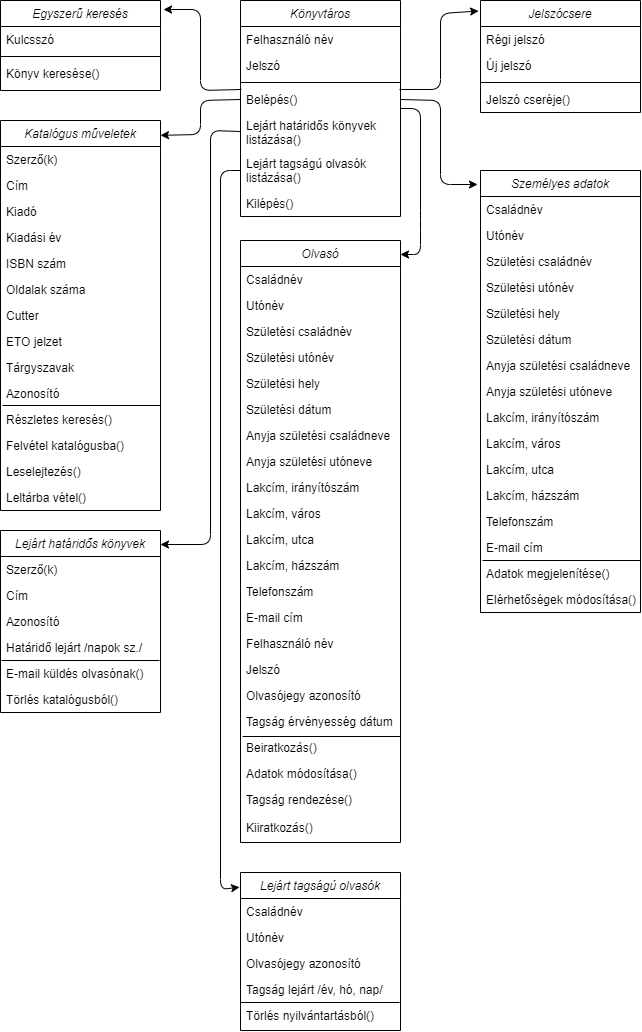
Above: Doc/image/konyvtaros_hatarosztalyai.png in BoCiMaja/AFP2020_1_Lev_Csop2 (draw.io), before the change. Source tidied: cells renumbered, new cells last; positions are measured from the earlier drawing's top-left corner, leaving out a move shared by most shapes.
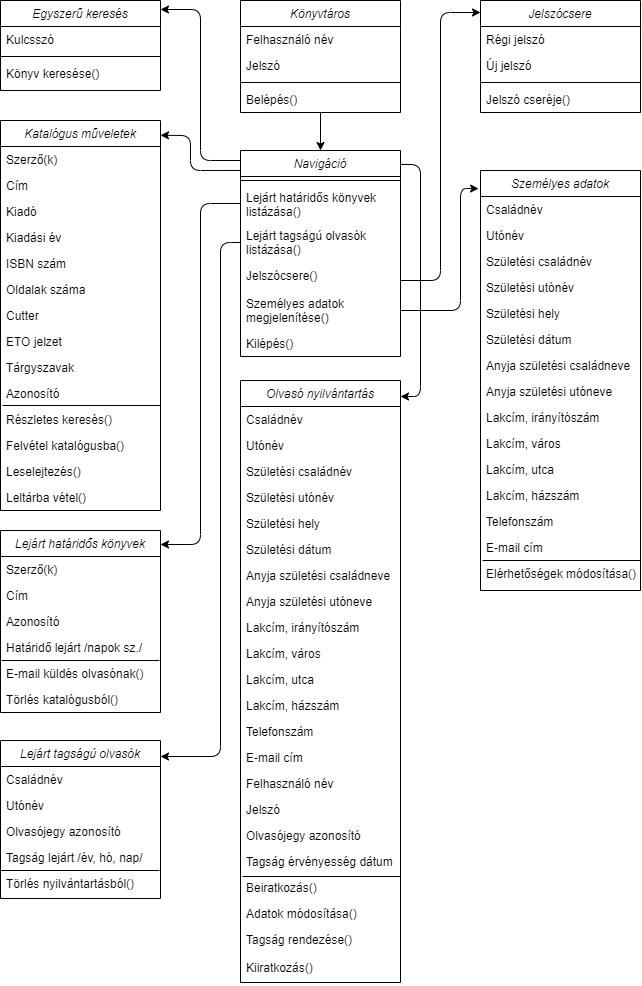
After the commit.

Commit message:
Határosztályok módosítása

The edit, as a diff of the source:
```diff
@@ -3,7 +3,7 @@
     <mxCell id="0" />
     <mxCell id="1" parent="0" />
     <mxCell id="2" value="Könyvtáros" style="swimlane;fontStyle=2;align=center;verticalAlign=top;horizontal=1;startSize=26;rounded=0;shadow=0;strokeWidth=1;" parent="1" vertex="1">
-      <mxGeometry x="240" width="160" height="216" as="geometry" />
+      <mxGeometry x="240" width="160" height="112" as="geometry" />
     </mxCell>
     <mxCell id="3" value="Felhasználó név" style="text;align=left;verticalAlign=top;spacingLeft=4;spacingRight=4;overflow=hidden;" parent="2" vertex="1">
       <mxGeometry y="26" width="160" height="26" as="geometry" />
@@ -17,17 +17,8 @@
     <mxCell id="6" value="Belépés()" style="text;align=left;verticalAlign=top;spacingLeft=4;spacingRight=4;overflow=hidden;points=[[0,0.5],[1,0.5]];portConstraint=eastwest;" parent="2" vertex="1">
       <mxGeometry y="86" width="160" height="26" as="geometry" />
     </mxCell>
-    <mxCell id="7" value="Lejárt határidős könyvek&#10;listázása()" style="text;align=left;verticalAlign=top;spacingLeft=4;spacingRight=4;overflow=hidden;points=[[0,0.5],[1,0.5]];portConstraint=eastwest;" parent="2" vertex="1">
-      <mxGeometry y="112" width="160" height="38" as="geometry" />
-    </mxCell>
-    <mxCell id="8" value="Lejárt tagságú olvasók&#10;listázása()" style="text;align=left;verticalAlign=top;spacingLeft=4;spacingRight=4;overflow=hidden;points=[[0,0.5],[1,0.5]];portConstraint=eastwest;" parent="2" vertex="1">
-      <mxGeometry y="150" width="160" height="40" as="geometry" />
-    </mxCell>
-    <mxCell id="9" value="Kilépés()" style="text;align=left;verticalAlign=top;spacingLeft=4;spacingRight=4;overflow=hidden;" parent="2" vertex="1">
-      <mxGeometry y="190" width="160" height="26" as="geometry" />
-    </mxCell>
     <mxCell id="10" value="Személyes adatok" style="swimlane;fontStyle=2;align=center;verticalAlign=top;horizontal=1;startSize=26;rounded=0;shadow=0;strokeWidth=1;" parent="1" vertex="1">
-      <mxGeometry x="480" y="170" width="160" height="442" as="geometry" />
+      <mxGeometry x="480" y="170" width="160" height="420" as="geometry" />
     </mxCell>
     <mxCell id="11" value="Családnév" style="text;align=left;verticalAlign=top;spacingLeft=4;spacingRight=4;overflow=hidden;" parent="10" vertex="1">
       <mxGeometry y="26" width="160" height="26" as="geometry" />
@@ -77,11 +68,8 @@
         <mxPoint x="160" y="390" as="targetPoint" />
       </mxGeometry>
     </mxCell>
-    <mxCell id="26" value="Adatok megjelenítése()" style="text;align=left;verticalAlign=top;spacingLeft=4;spacingRight=4;overflow=hidden;rounded=0;shadow=0;html=0;" parent="10" vertex="1">
-      <mxGeometry y="390" width="160" height="26" as="geometry" />
-    </mxCell>
     <mxCell id="27" value="Elérhetőségek módosítása()" style="text;align=left;verticalAlign=top;spacingLeft=4;spacingRight=4;overflow=hidden;rounded=0;shadow=0;html=0;" parent="10" vertex="1">
-      <mxGeometry y="416" width="160" height="26" as="geometry" />
+      <mxGeometry y="390" width="160" height="26" as="geometry" />
     </mxCell>
     <mxCell id="28" value="Jelszócsere" style="swimlane;fontStyle=2;align=center;verticalAlign=top;horizontal=1;startSize=26;rounded=0;shadow=0;strokeWidth=1;" parent="1" vertex="1">
       <mxGeometry x="480" width="160" height="112" as="geometry" />
@@ -188,37 +176,21 @@
     <mxCell id="60" value="Törlés katalógusból()" style="text;align=left;verticalAlign=top;spacingLeft=4;spacingRight=4;overflow=hidden;rounded=0;shadow=0;html=0;" parent="53" vertex="1">
       <mxGeometry y="156" width="160" height="26" as="geometry" />
     </mxCell>
-    <mxCell id="61" style="endArrow=classic;html=1;entryX=-0.012;entryY=0.094;entryDx=0;entryDy=0;entryPerimeter=0;" parent="1" edge="1" target="28">
-      <mxGeometry relative="1" as="geometry">
-        <mxPoint x="399" y="89" as="sourcePoint" />
-        <Array as="points">
-          <mxPoint x="440" y="89" />
-          <mxPoint x="440" y="13" />
-        </Array>
-      </mxGeometry>
-    </mxCell>
-    <mxCell id="62" style="endArrow=classic;html=1;exitX=1;exitY=0.5;exitDx=0;exitDy=0;" parent="1" edge="1" source="6">
-      <mxGeometry relative="1" as="geometry">
-        <mxPoint x="477" y="184" as="targetPoint" />
-        <Array as="points">
-          <mxPoint x="440" y="100" />
-          <mxPoint x="440" y="184" />
-        </Array>
-      </mxGeometry>
-    </mxCell>
-    <mxCell id="63" style="endArrow=classic;html=1;entryX=1.019;entryY=0.1;entryDx=0;entryDy=0;entryPerimeter=0;exitX=0.006;exitY=0.115;exitDx=0;exitDy=0;exitPerimeter=0;" parent="1" edge="1" source="6" target="33">
+    <mxCell id="63" style="endArrow=classic;html=1;" parent="1" edge="1">
       <mxGeometry relative="1" as="geometry">
+        <mxPoint x="240" y="160" as="sourcePoint" />
+        <mxPoint x="160" y="9" as="targetPoint" />
         <Array as="points">
-          <mxPoint x="200" y="90" />
+          <mxPoint x="200" y="160" />
           <mxPoint x="200" y="9" />
         </Array>
       </mxGeometry>
     </mxCell>
-    <mxCell id="64" style="endArrow=classic;html=1;exitX=0;exitY=0.5;exitDx=0;exitDy=0;entryX=1;entryY=0.038;entryDx=0;entryDy=0;entryPerimeter=0;" parent="1" edge="1" source="6" target="37">
+    <mxCell id="64" style="endArrow=classic;html=1;entryX=1;entryY=0.038;entryDx=0;entryDy=0;entryPerimeter=0;exitX=0.006;exitY=0.097;exitDx=0;exitDy=0;exitPerimeter=0;" parent="1" edge="1" source="99" target="37">
       <mxGeometry relative="1" as="geometry">
         <Array as="points">
-          <mxPoint x="200" y="100" />
-          <mxPoint x="200" y="134" />
+          <mxPoint x="190" y="170" />
+          <mxPoint x="190" y="135" />
         </Array>
       </mxGeometry>
     </mxCell>
@@ -226,13 +198,13 @@
       <mxGeometry relative="1" as="geometry">
         <mxPoint x="160" y="544" as="targetPoint" />
         <Array as="points">
-          <mxPoint x="210" y="130" />
-          <mxPoint x="210" y="544" />
+          <mxPoint x="200" y="203" />
+          <mxPoint x="200" y="544" />
         </Array>
       </mxGeometry>
     </mxCell>
-    <mxCell id="66" value="Olvasó" style="swimlane;fontStyle=2;align=center;verticalAlign=top;horizontal=1;startSize=26;rounded=0;shadow=0;strokeWidth=1;" parent="1" vertex="1">
-      <mxGeometry x="240" y="240" width="160" height="602" as="geometry" />
+    <mxCell id="66" value="Olvasó nyilvántartás" style="swimlane;fontStyle=2;align=center;verticalAlign=top;horizontal=1;startSize=26;rounded=0;shadow=0;strokeWidth=1;" parent="1" vertex="1">
+      <mxGeometry x="240" y="380" width="160" height="602" as="geometry" />
     </mxCell>
     <mxCell id="67" value="Családnév" style="text;align=left;verticalAlign=top;spacingLeft=4;spacingRight=4;overflow=hidden;" parent="66" vertex="1">
       <mxGeometry y="26" width="160" height="26" as="geometry" />
@@ -304,7 +276,7 @@
       <mxGeometry y="574" width="160" height="28" as="geometry" />
     </mxCell>
     <mxCell id="90" value="Lejárt tagságú olvasók" style="swimlane;fontStyle=2;align=center;verticalAlign=top;horizontal=1;startSize=26;rounded=0;shadow=0;strokeWidth=1;" parent="1" vertex="1">
-      <mxGeometry x="240" y="872" width="160" height="158" as="geometry" />
+      <mxGeometry y="740" width="160" height="158" as="geometry" />
     </mxCell>
     <mxCell id="91" value="Családnév" style="text;align=left;verticalAlign=top;spacingLeft=4;spacingRight=4;overflow=hidden;" parent="90" vertex="1">
       <mxGeometry y="26" width="160" height="26" as="geometry" />
@@ -327,24 +299,66 @@
     <mxCell id="96" value="Törlés nyilvántartásból()" style="text;align=left;verticalAlign=top;spacingLeft=4;spacingRight=4;overflow=hidden;rounded=0;shadow=0;html=0;" parent="90" vertex="1">
       <mxGeometry y="130" width="160" height="26" as="geometry" />
     </mxCell>
-    <mxCell id="97" style="endArrow=classic;html=1;" parent="1" edge="1">
-      <mxGeometry relative="1" as="geometry">
-        <mxPoint x="400" y="108" as="sourcePoint" />
-        <mxPoint x="400" y="254" as="targetPoint" />
-        <Array as="points">
-          <mxPoint x="420" y="108" />
-          <mxPoint x="420" y="220" />
-          <mxPoint x="420" y="254" />
-        </Array>
-      </mxGeometry>
-    </mxCell>
-    <mxCell id="98" style="endArrow=classic;html=1;exitX=0;exitY=0.5;exitDx=0;exitDy=0;entryX=-0.006;entryY=0.093;entryDx=0;entryDy=0;entryPerimeter=0;" parent="1" edge="1" source="8" target="90">
-      <mxGeometry relative="1" as="geometry">
-        <Array as="points">
-          <mxPoint x="220" y="170" />
-          <mxPoint x="220" y="889" />
-        </Array>
-      </mxGeometry>
-    </mxCell>
+    <mxCell id="99" value="Navigáció" style="swimlane;fontStyle=2;align=center;verticalAlign=top;horizontal=1;startSize=26;rounded=0;shadow=0;strokeWidth=1;" parent="1" vertex="1">
+      <mxGeometry x="240" y="150" width="160" height="206" as="geometry" />
+    </mxCell>
+    <mxCell id="100" style="line;html=1;strokeWidth=1;align=left;verticalAlign=middle;spacingTop=-1;spacingLeft=3;spacingRight=3;labelPosition=right;" parent="99" vertex="1">
+      <mxGeometry y="26" width="160" height="8" as="geometry" />
+    </mxCell>
+    <mxCell id="7" value="Lejárt határidős könyvek&#10;listázása()" style="text;align=left;verticalAlign=top;spacingLeft=4;spacingRight=4;overflow=hidden;points=[[0,0.5],[1,0.5]];portConstraint=eastwest;" parent="99" vertex="1">
+      <mxGeometry y="34" width="160" height="38" as="geometry" />
+    </mxCell>
+    <mxCell id="8" value="Lejárt tagságú olvasók&#10;listázása()" style="text;align=left;verticalAlign=top;spacingLeft=4;spacingRight=4;overflow=hidden;points=[[0,0.5],[1,0.5]];portConstraint=eastwest;" parent="99" vertex="1">
+      <mxGeometry y="72" width="160" height="40" as="geometry" />
+    </mxCell>
+    <mxCell id="101" value="Jelszócsere()" style="text;align=left;verticalAlign=top;spacingLeft=4;spacingRight=4;overflow=hidden;" parent="99" vertex="1">
+      <mxGeometry y="112" width="160" height="28" as="geometry" />
+    </mxCell>
+    <mxCell id="102" value="Személyes adatok&#10;megjelenítése()" style="text;align=left;verticalAlign=top;spacingLeft=4;spacingRight=4;overflow=hidden;points=[[0,0.5],[1,0.5]];portConstraint=eastwest;" parent="99" vertex="1">
+      <mxGeometry y="140" width="160" height="40" as="geometry" />
+    </mxCell>
+    <mxCell id="9" value="Kilépés()" style="text;align=left;verticalAlign=top;spacingLeft=4;spacingRight=4;overflow=hidden;" parent="99" vertex="1">
+      <mxGeometry y="180" width="160" height="26" as="geometry" />
+    </mxCell>
+    <mxCell id="103" style="endArrow=classic;html=1;entryX=0.5;entryY=0;entryDx=0;entryDy=0;" parent="1" edge="1" source="6" target="99">
+      <mxGeometry relative="1" as="geometry" />
+    </mxCell>
+    <mxCell id="104" style="endArrow=classic;html=1;exitX=0;exitY=0.5;exitDx=0;exitDy=0;" parent="1" edge="1" source="8">
+      <mxGeometry relative="1" as="geometry">
+        <mxPoint x="160" y="756" as="targetPoint" />
+        <Array as="points">
+          <mxPoint x="220" y="242" />
+          <mxPoint x="220" y="756" />
+        </Array>
+      </mxGeometry>
+    </mxCell>
+    <mxCell id="105" style="endArrow=classic;html=1;" parent="1" edge="1">
+      <mxGeometry relative="1" as="geometry">
+        <mxPoint x="400" y="280" as="sourcePoint" />
+        <mxPoint x="480" y="12" as="targetPoint" />
+        <Array as="points">
+          <mxPoint x="440" y="280" />
+          <mxPoint x="440" y="12" />
+        </Array>
+      </mxGeometry>
+    </mxCell>
+    <mxCell id="106" style="endArrow=classic;html=1;entryX=-0.012;entryY=0.043;entryDx=0;entryDy=0;entryPerimeter=0;exitX=1;exitY=0.5;exitDx=0;exitDy=0;" parent="1" edge="1" source="102" target="10">
+      <mxGeometry relative="1" as="geometry">
+        <Array as="points">
+          <mxPoint x="460" y="310" />
+          <mxPoint x="460" y="188" />
+        </Array>
+      </mxGeometry>
+    </mxCell>
+    <mxCell id="107" style="endArrow=classic;html=1;" parent="1" edge="1">
+      <mxGeometry relative="1" as="geometry">
+        <mxPoint x="400" y="164" as="sourcePoint" />
+        <mxPoint x="400" y="396" as="targetPoint" />
+        <Array as="points">
+          <mxPoint x="420" y="164" />
+          <mxPoint x="420" y="396" />
+        </Array>
+      </mxGeometry>
+    </mxCell>
   </root>
 </mxGraphModel>
```
